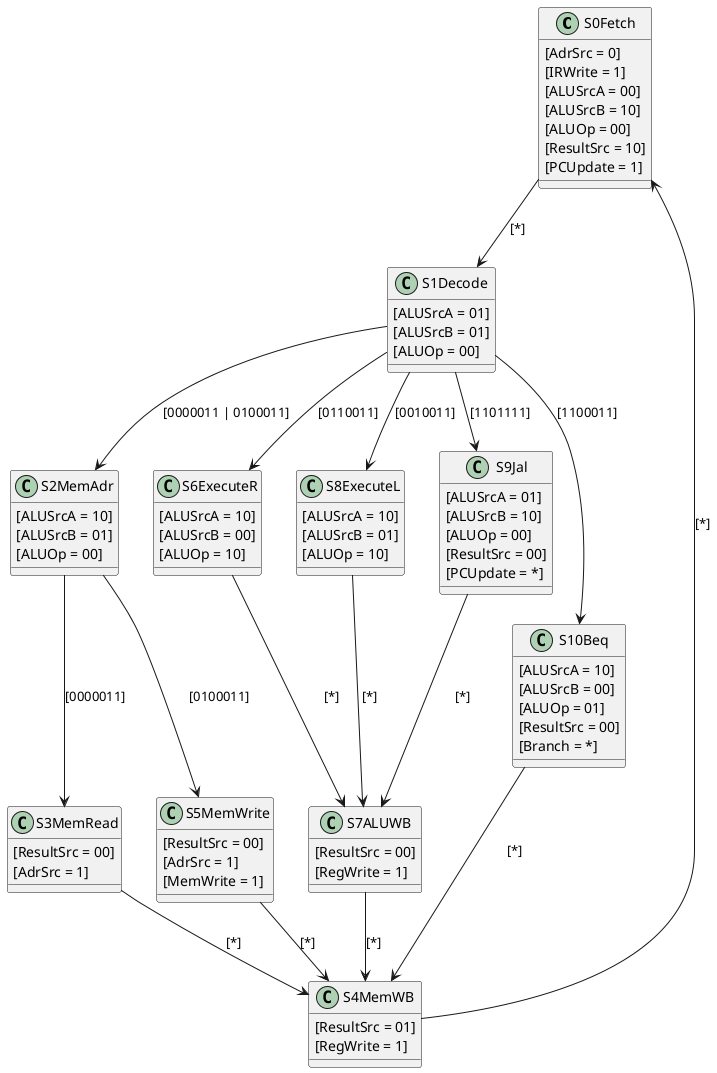
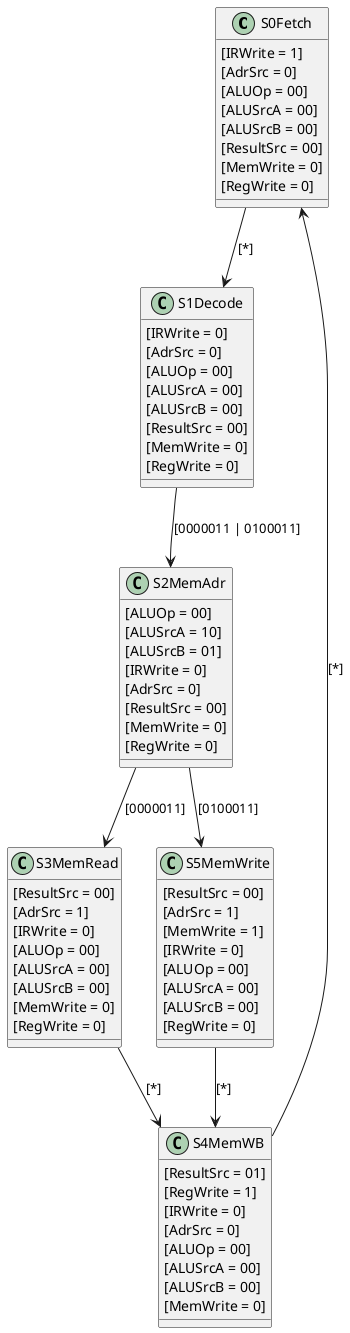
@startuml ttt


+ S0Fetch --> S1Decode : [*]
+ S0Fetch : [IRWrite = 1]
+ S0Fetch : [AdrSrc = 0]

- S0Fetch --> S1Decode : [*]
- S0Fetch : [AdrSrc = 0]
- S0Fetch : [IRWrite = 1]
+ S0Fetch : [ALUOp = 00]
S0Fetch : [ALUSrcA = 00]
- S0Fetch : [ALUSrcB = 10]
- S0Fetch : [ALUOp = 00]
- S0Fetch : [ResultSrc = 10]
- S0Fetch : [PCUpdate = 1]
+ S0Fetch : [ALUSrcB = 00]
+ S0Fetch : [ResultSrc = 00]
+ S0Fetch : [MemWrite = 0]
+ S0Fetch : [RegWrite = 0]
+ 
+ 
+ 
+ 
+ 

S1Decode --> S2MemAdr : [0000011 | 0100011]
- S1Decode --> S6ExecuteR : [0110011]
- S1Decode --> S8ExecuteL : [0010011]
- S1Decode --> S9Jal : [1101111]
- S1Decode --> S10Beq : [1100011]
- S1Decode : [ALUSrcA = 01]
- S1Decode : [ALUSrcB = 01]
+ S1Decode : [IRWrite = 0]
+ S1Decode : [AdrSrc = 0]
S1Decode : [ALUOp = 00]
+ S1Decode : [ALUSrcA = 00]
+ S1Decode : [ALUSrcB = 00]
+ S1Decode : [ResultSrc = 00]
+ S1Decode : [MemWrite = 0]
+ S1Decode : [RegWrite = 0]



S2MemAdr --> S3MemRead : [0000011]
S2MemAdr --> S5MemWrite : [0100011]
+ S2MemAdr : [ALUOp = 00]
S2MemAdr : [ALUSrcA = 10]
S2MemAdr : [ALUSrcB = 01]
- S2MemAdr : [ALUOp = 00]
+ 
+ S2MemAdr : [IRWrite = 0]
+ S2MemAdr : [AdrSrc = 0]
+ S2MemAdr : [ResultSrc = 00]
+ S2MemAdr : [MemWrite = 0]
+ S2MemAdr : [RegWrite = 0]


- 
- S6ExecuteR --> S7ALUWB : [*]
- S6ExecuteR : [ALUSrcA = 10]
- S6ExecuteR : [ALUSrcB = 00]
- S6ExecuteR : [ALUOp = 10]
- 
- 
- S8ExecuteL --> S7ALUWB : [*]
- S8ExecuteL : [ALUSrcA = 10]
- S8ExecuteL : [ALUSrcB = 01]
- S8ExecuteL : [ALUOp = 10]
- 
- S9Jal --> S7ALUWB : [*]
- S9Jal : [ALUSrcA = 01]
- S9Jal : [ALUSrcB = 10]
- S9Jal : [ALUOp = 00]
- S9Jal : [ResultSrc = 00]
- S9Jal : [PCUpdate = *]
- 
- 
- S10Beq --> S4MemWB : [*]
- S10Beq : [ALUSrcA = 10]
- S10Beq : [ALUSrcB = 00]
- S10Beq : [ALUOp = 01]
- S10Beq : [ResultSrc = 00]
- S10Beq : [Branch = *]

S3MemRead --> S4MemWB : [*]
S3MemRead : [ResultSrc = 00]
S3MemRead : [AdrSrc = 1]
+ S3MemRead : [IRWrite = 0]
+ S3MemRead : [ALUOp = 00]
+ S3MemRead : [ALUSrcA = 00]
+ S3MemRead : [ALUSrcB = 00]
+ S3MemRead : [MemWrite = 0]
+ S3MemRead : [RegWrite = 0]
+ 
+ 
+ 
+ 


S5MemWrite --> S4MemWB : [*]
S5MemWrite : [ResultSrc = 00]
S5MemWrite : [AdrSrc = 1]
S5MemWrite : [MemWrite = 1]

- S7ALUWB --> S4MemWB : [*]
- S7ALUWB : [ResultSrc = 00]
- S7ALUWB : [RegWrite = 1]
+ S5MemWrite : [IRWrite = 0]
+ S5MemWrite : [ALUOp = 00]
+ S5MemWrite : [ALUSrcA = 00]
+ S5MemWrite : [ALUSrcB = 00]
+ S5MemWrite : [RegWrite = 0]
+ 
+ 

S4MemWB --> S0Fetch : [*]
S4MemWB : [ResultSrc = 01]
S4MemWB : [RegWrite = 1]
+ 
+ 
+ S4MemWB : [IRWrite = 0]
+ S4MemWB : [AdrSrc = 0]
+ S4MemWB : [ALUOp = 00]
+ S4MemWB : [ALUSrcA = 00]
+ S4MemWB : [ALUSrcB = 00]
+ S4MemWB : [MemWrite = 0]
@enduml